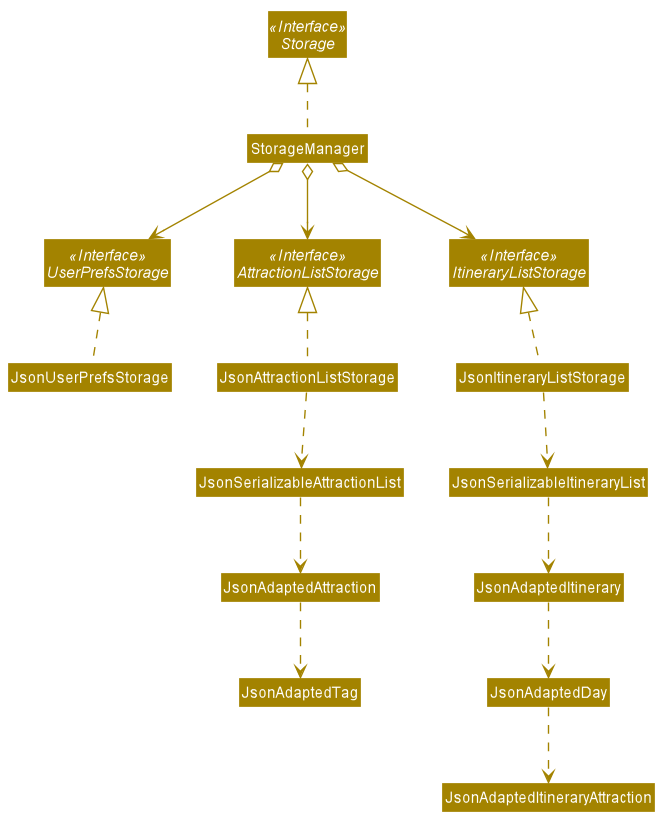
Above: docs/images/devguideimages/StorageClassDiagram.png in yuxuanxc/tp (PlantUML), before the change.
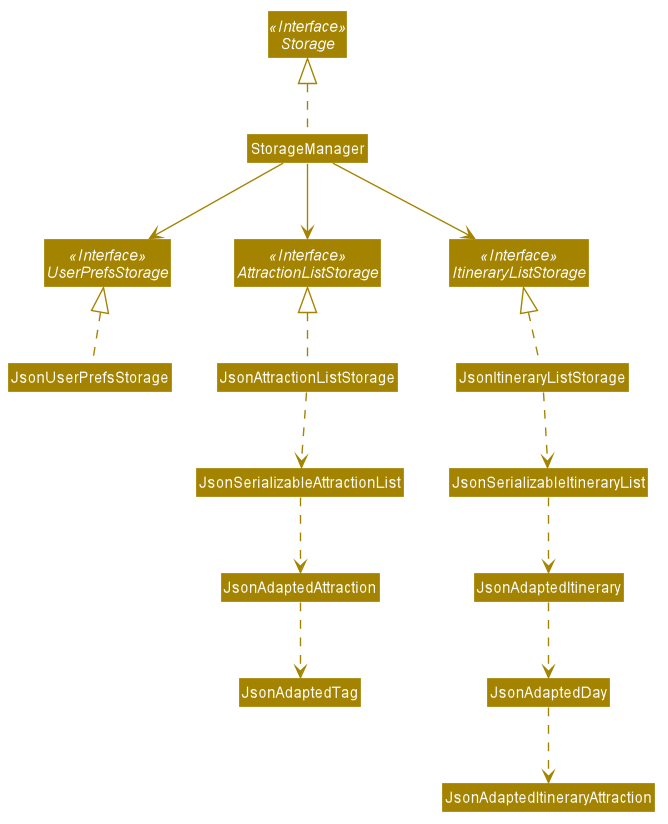
The same file after the commit.

What changed in the source:
```diff
@@ -62,9 +62,9 @@
 Class JsonItineraryListStorage
 
 StorageManager .up.|> Storage
-StorageManager o--> UserPrefsStorage
-StorageManager o--> AttractionListStorage
-StorageManager o--> ItineraryListStorage
+StorageManager --> UserPrefsStorage
+StorageManager --> AttractionListStorage
+StorageManager --> ItineraryListStorage
 
 JsonItineraryListStorage .up.|> ItineraryListStorage
 JsonItineraryListStorage .down.> JsonSerializableItineraryList
```
